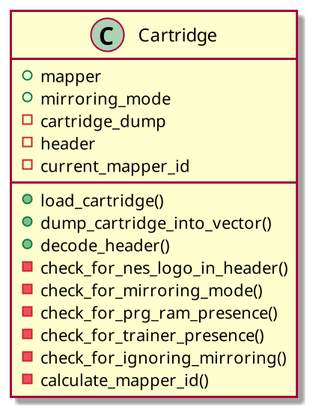
This is doc/cartridge/cartridge.png from Enigma717/yume-nes, a PlantUML export, as it was before one commit.
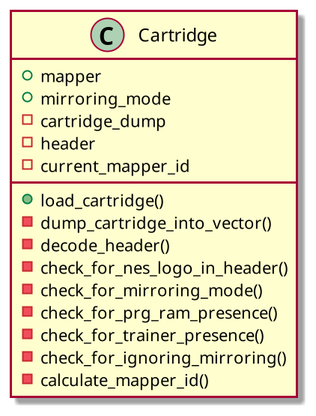
Above is the later version.

Commit message:
Make class Cartridge friend of class MapperNROM

The edit, as a diff of the source:
```diff
@@ -10,8 +10,8 @@
 - current_mapper_id
 
 + load_cartridge()
-+ dump_cartridge_into_vector()
-+ decode_header()
+- dump_cartridge_into_vector()
+- decode_header()
 - check_for_nes_logo_in_header()
 - check_for_mirroring_mode()
 - check_for_prg_ram_presence()
```
